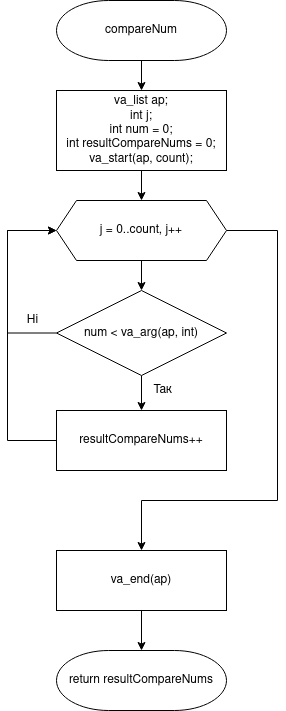
Earlier version of the draw.io export lab08_09_10/doc/assets/lab06_task3_compareNum.png (belchinskaya/Programming-Belchinska). Source tidied: cells renumbered, new cells last; positions are measured from the earlier drawing's top-left corner, leaving out a move shared by most shapes.
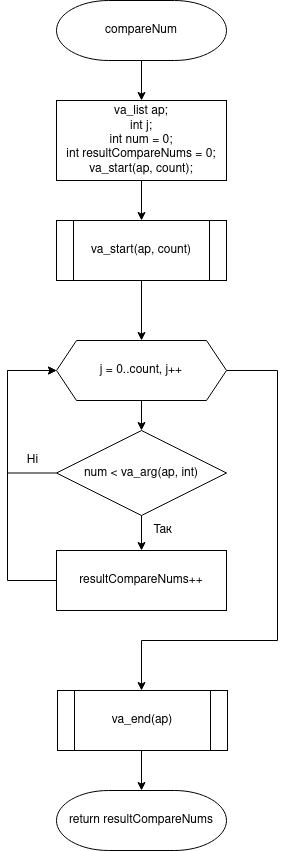
After the change.

Diff of the diagram source:
```diff
@@ -6,19 +6,20 @@
       <mxGeometry relative="1" as="geometry" />
     </mxCell>
     <mxCell id="3" value="compareNum" style="strokeWidth=1;html=1;shape=mxgraph.flowchart.terminator;whiteSpace=wrap;" parent="1" vertex="1">
-      <mxGeometry x="49" width="170" height="60" as="geometry" />
+      <mxGeometry x="49" y="-140" width="170" height="60" as="geometry" />
     </mxCell>
-    <mxCell id="4" style="edgeStyle=orthogonalEdgeStyle;rounded=0;jettySize=auto;html=1;exitX=0.5;exitY=1;exitDx=0;exitDy=0;" parent="1" edge="1" source="5" target="8">
-      <mxGeometry relative="1" as="geometry" />
-    </mxCell>
+    <mxCell id="19" style="edgeStyle=orthogonalEdgeStyle;rounded=0;jettySize=auto;html=1;exitX=0.5;exitY=1;exitDx=0;exitDy=0;" parent="1" edge="1" source="5" target="21">
+      <mxGeometry relative="1" as="geometry" />
+    </mxCell>
     <mxCell id="5" value="&lt;div&gt;&lt;span class=&quot;pl-c1&quot;&gt;va_list&lt;/span&gt; ap;&lt;/div&gt;&lt;div&gt;&lt;span class=&quot;pl-k&quot;&gt;int&lt;/span&gt; j;&lt;/div&gt;&lt;div&gt;&lt;span class=&quot;pl-k&quot;&gt;int&lt;/span&gt; num = &lt;span class=&quot;pl-c1&quot;&gt;0&lt;/span&gt;;&lt;/div&gt;&lt;div&gt;&lt;span class=&quot;pl-k&quot;&gt;int&lt;/span&gt; resultCompareNums = &lt;span class=&quot;pl-c1&quot;&gt;0&lt;/span&gt;;&lt;/div&gt;&lt;span class=&quot;pl-c1&quot;&gt;va_start&lt;/span&gt;(ap, count);" style="rounded=0;whiteSpace=wrap;html=1;strokeWidth=1;" parent="1" vertex="1">
-      <mxGeometry x="49" y="90" width="170" height="80" as="geometry" />
+      <mxGeometry x="49" y="-40" width="170" height="80" as="geometry" />
     </mxCell>
     <mxCell id="6" style="edgeStyle=orthogonalEdgeStyle;rounded=0;jettySize=auto;html=1;exitX=0.5;exitY=1;exitDx=0;exitDy=0;" parent="1" edge="1" source="8" target="11">
       <mxGeometry relative="1" as="geometry" />
     </mxCell>
-    <mxCell id="7" style="edgeStyle=orthogonalEdgeStyle;rounded=0;jettySize=auto;html=1;exitX=1;exitY=0.5;exitDx=0;exitDy=0;" parent="1" edge="1" source="8" target="15">
+    <mxCell id="7" style="edgeStyle=orthogonalEdgeStyle;rounded=0;jettySize=auto;html=1;exitX=1;exitY=0.5;exitDx=0;exitDy=0;" parent="1" edge="1" source="8">
       <mxGeometry relative="1" as="geometry">
+        <mxPoint x="134" y="550" as="targetPoint" />
         <Array as="points">
           <mxPoint x="270" y="230" />
           <mxPoint x="270" y="500" />
@@ -54,12 +55,11 @@
     <mxCell id="13" value="resultCompareNums++" style="rounded=0;whiteSpace=wrap;html=1;strokeWidth=1;" parent="1" vertex="1">
       <mxGeometry x="49" y="410" width="170" height="60" as="geometry" />
     </mxCell>
-    <mxCell id="14" style="edgeStyle=orthogonalEdgeStyle;rounded=0;jettySize=auto;html=1;exitX=0.5;exitY=1;exitDx=0;exitDy=0;" parent="1" edge="1" source="15" target="16">
-      <mxGeometry relative="1" as="geometry" />
+    <mxCell id="14" style="edgeStyle=orthogonalEdgeStyle;rounded=0;jettySize=auto;html=1;exitX=0.5;exitY=1;exitDx=0;exitDy=0;" parent="1" edge="1" target="16">
+      <mxGeometry relative="1" as="geometry">
+        <mxPoint x="134" y="610" as="sourcePoint" />
+      </mxGeometry>
     </mxCell>
-    <mxCell id="15" value="&lt;span class=&quot;pl-c1&quot;&gt;va_end&lt;/span&gt;(ap)" style="rounded=0;whiteSpace=wrap;html=1;strokeWidth=1;" parent="1" vertex="1">
-      <mxGeometry x="49" y="550" width="170" height="60" as="geometry" />
-    </mxCell>
     <mxCell id="16" value="&lt;span class=&quot;pl-k&quot;&gt;return&lt;/span&gt; resultCompareNums" style="strokeWidth=1;html=1;shape=mxgraph.flowchart.terminator;whiteSpace=wrap;" parent="1" vertex="1">
       <mxGeometry x="49" y="650" width="170" height="60" as="geometry" />
     </mxCell>
@@ -69,5 +69,14 @@
     <mxCell id="18" value="Ні" style="text;html=1;align=center;verticalAlign=middle;" parent="1" vertex="1">
       <mxGeometry x="10" y="310" width="30" height="20" as="geometry" />
     </mxCell>
+    <mxCell id="20" style="edgeStyle=orthogonalEdgeStyle;rounded=0;jettySize=auto;html=1;exitX=0.5;exitY=1;exitDx=0;exitDy=0;" parent="1" edge="1" source="21" target="8">
+      <mxGeometry relative="1" as="geometry" />
+    </mxCell>
+    <mxCell id="21" value="&lt;span class=&quot;pl-c1&quot;&gt;va_start&lt;/span&gt;(ap, count)" style="shape=process;whiteSpace=wrap;html=1;backgroundOutline=1;" parent="1" vertex="1">
+      <mxGeometry x="49" y="80" width="170" height="60" as="geometry" />
+    </mxCell>
+    <mxCell id="15" value="&lt;span class=&quot;pl-c1&quot;&gt;va_end&lt;/span&gt;(ap)" style="shape=process;whiteSpace=wrap;html=1;backgroundOutline=1;" parent="1" vertex="1">
+      <mxGeometry x="50" y="550" width="170" height="60" as="geometry" />
+    </mxCell>
   </root>
 </mxGraphModel>
```
